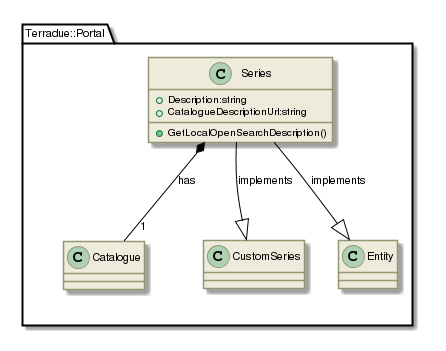
Terradue/doc-tep-geohazards-arch keeps this PlantUML diagram as _images/plantuml-990ad72568511b2f0134097f5970fbd2e94a5aa9.png. Above is the earlier version.
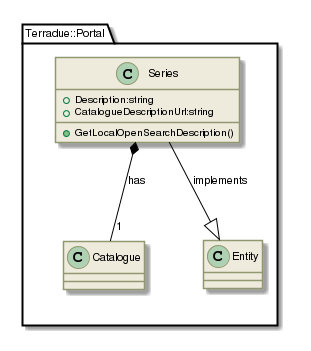
After the change.

Change to the diagram source:
```diff
@@ -144,7 +144,6 @@
  +GetLocalOpenSearchDescription()
 }
 Terradue::Portal::Series  *-- "1" Terradue::Portal::Catalogue : has
-Terradue::Portal::Series  --|>  Terradue::Portal::CustomSeries : implements
 Terradue::Portal::Series  --|>  Terradue::Portal::Entity : implements
 
 @enduml
```
